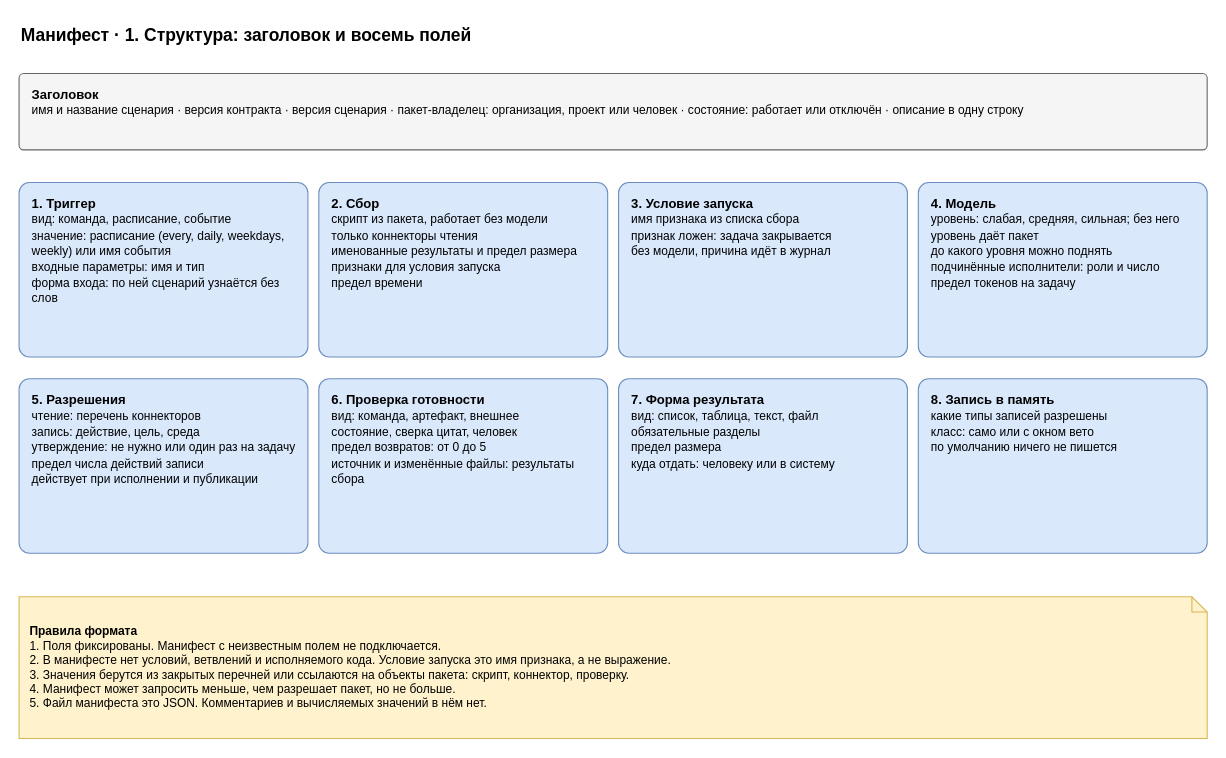
This is page "1. Структура" (1 of 7) of docs/spec/harness-manifest.drawio from roygkov/reins, a draw.io file, before an edit. Source tidied: cells renumbered, new cells numbered last; positions are measured from the earlier drawing's top-left corner, leaving out a move shared by most shapes. Both pictures are drawn from the tidied source at 109%, with x=0, y=0 at pixel (19, 19).
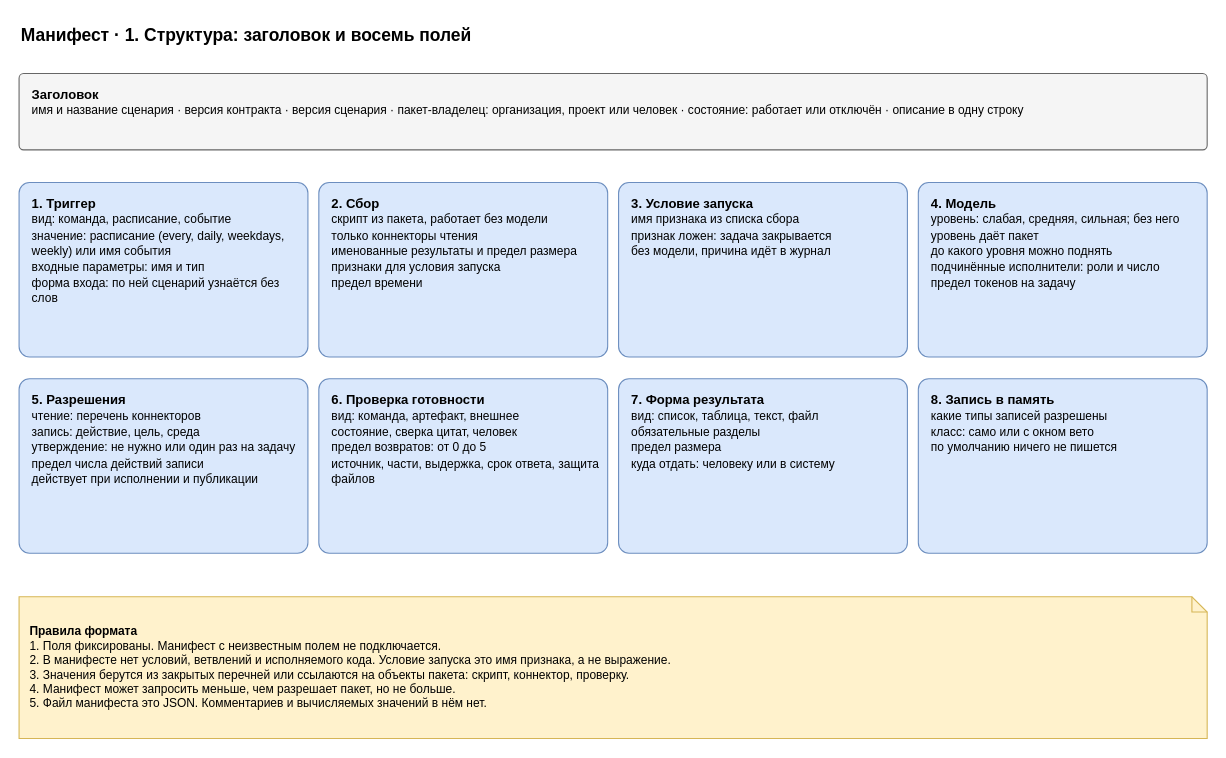
Above is the later version.

Diff of the diagram source:
```diff
@@
 <mxGraphModel>
   <root>
     <mxCell id="0" />
     <mxCell id="1" parent="0" />
     <mxCell id="2" value="Манифест · 1. Структура: заголовок и восемь полей" style="text;html=1;align=left;verticalAlign=middle;whiteSpace=wrap;fontSize=16;strokeColor=none;fillColor=none;fontStyle=1;" parent="1" vertex="1">
       <mxGeometry width="900" height="30" as="geometry" />
     </mxCell>
     <mxCell id="3" value="&lt;b&gt;Заголовок&lt;/b&gt;&lt;br&gt;&lt;font style=&quot;font-size:11px&quot;&gt;имя и название сценария · версия контракта · версия сценария · пакет-владелец: организация, проект или человек · состояние: работает или отключён · описание в одну строку&lt;/font&gt;" style="rounded=1;whiteSpace=wrap;html=1;fillColor=#f5f5f5;strokeColor=#666666;arcSize=6;align=left;verticalAlign=top;spacingLeft=10;spacingTop=6;spacingRight=6;" parent="1" vertex="1">
       <mxGeometry y="50" width="1090" height="70" as="geometry" />
     </mxCell>
     <mxCell id="4" value="&lt;b&gt;1. Триггер&lt;/b&gt;&lt;br&gt;&lt;font style=&quot;font-size:11px&quot;&gt;вид: команда, расписание, событие&lt;br&gt;значение: расписание (every, daily, weekdays, weekly) или имя события&lt;br&gt;входные параметры: имя и тип&lt;br&gt;форма входа: по ней сценарий узнаётся без слов&lt;/font&gt;" style="rounded=1;whiteSpace=wrap;html=1;fillColor=#dae8fc;strokeColor=#6c8ebf;arcSize=6;align=left;verticalAlign=top;spacingLeft=10;spacingTop=6;spacingRight=6;" parent="1" vertex="1">
       <mxGeometry y="150" width="265" height="160" as="geometry" />
     </mxCell>
     <mxCell id="5" value="&lt;b&gt;2. Сбор&lt;/b&gt;&lt;br&gt;&lt;font style=&quot;font-size:11px&quot;&gt;скрипт из пакета, работает без модели&lt;br&gt;только коннекторы чтения&lt;br&gt;именованные результаты и предел размера&lt;br&gt;признаки для условия запуска&lt;br&gt;предел времени&lt;/font&gt;" style="rounded=1;whiteSpace=wrap;html=1;fillColor=#dae8fc;strokeColor=#6c8ebf;arcSize=6;align=left;verticalAlign=top;spacingLeft=10;spacingTop=6;spacingRight=6;" parent="1" vertex="1">
       <mxGeometry x="275" y="150" width="265" height="160" as="geometry" />
     </mxCell>
     <mxCell id="6" value="&lt;b&gt;3. Условие запуска&lt;/b&gt;&lt;br&gt;&lt;font style=&quot;font-size:11px&quot;&gt;имя признака из списка сбора&lt;br&gt;признак ложен: задача закрывается&lt;br&gt;без модели, причина идёт в журнал&lt;/font&gt;" style="rounded=1;whiteSpace=wrap;html=1;fillColor=#dae8fc;strokeColor=#6c8ebf;arcSize=6;align=left;verticalAlign=top;spacingLeft=10;spacingTop=6;spacingRight=6;" parent="1" vertex="1">
       <mxGeometry x="550" y="150" width="265" height="160" as="geometry" />
     </mxCell>
     <mxCell id="7" value="&lt;b&gt;4. Модель&lt;/b&gt;&lt;br&gt;&lt;font style=&quot;font-size:11px&quot;&gt;уровень: слабая, средняя, сильная; без него уровень даёт пакет&lt;br&gt;до какого уровня можно поднять&lt;br&gt;подчинённые исполнители: роли и число&lt;br&gt;предел токенов на задачу&lt;/font&gt;" style="rounded=1;whiteSpace=wrap;html=1;fillColor=#dae8fc;strokeColor=#6c8ebf;arcSize=6;align=left;verticalAlign=top;spacingLeft=10;spacingTop=6;spacingRight=6;" parent="1" vertex="1">
       <mxGeometry x="825" y="150" width="265" height="160" as="geometry" />
     </mxCell>
     <mxCell id="8" value="&lt;b&gt;5. Разрешения&lt;/b&gt;&lt;br&gt;&lt;font style=&quot;font-size:11px&quot;&gt;чтение: перечень коннекторов&lt;br&gt;запись: действие, цель, среда&lt;br&gt;утверждение: не нужно или один раз на задачу&lt;br&gt;предел числа действий записи&lt;br&gt;действует при исполнении и публикации&lt;/font&gt;" style="rounded=1;whiteSpace=wrap;html=1;fillColor=#dae8fc;strokeColor=#6c8ebf;arcSize=6;align=left;verticalAlign=top;spacingLeft=10;spacingTop=6;spacingRight=6;" parent="1" vertex="1">
       <mxGeometry y="330" width="265" height="160" as="geometry" />
     </mxCell>
-    <mxCell id="9" value="&lt;b&gt;6. Проверка готовности&lt;/b&gt;&lt;br&gt;&lt;font style=&quot;font-size:11px&quot;&gt;вид: команда, артефакт, внешнее&lt;br&gt;состояние, сверка цитат, человек&lt;br&gt;предел возвратов: от 0 до 5&lt;br&gt;источник и изменённые файлы: результаты сбора&lt;/font&gt;" style="rounded=1;whiteSpace=wrap;html=1;fillColor=#dae8fc;strokeColor=#6c8ebf;arcSize=6;align=left;verticalAlign=top;spacingLeft=10;spacingTop=6;spacingRight=6;" parent="1" vertex="1">
+    <mxCell id="9" value="&lt;b&gt;6. Проверка готовности&lt;/b&gt;&lt;br&gt;&lt;font style=&quot;font-size:11px&quot;&gt;вид: команда, артефакт, внешнее&lt;br&gt;состояние, сверка цитат, человек&lt;br&gt;предел возвратов: от 0 до 5&lt;br&gt;источник, части, выдержка, срок ответа, защита файлов&lt;/font&gt;" style="rounded=1;whiteSpace=wrap;html=1;fillColor=#dae8fc;strokeColor=#6c8ebf;arcSize=6;align=left;verticalAlign=top;spacingLeft=10;spacingTop=6;spacingRight=6;" parent="1" vertex="1">
       <mxGeometry x="275" y="330" width="265" height="160" as="geometry" />
     </mxCell>
     <mxCell id="10" value="&lt;b&gt;7. Форма результата&lt;/b&gt;&lt;br&gt;&lt;font style=&quot;font-size:11px&quot;&gt;вид: список, таблица, текст, файл&lt;br&gt;обязательные разделы&lt;br&gt;предел размера&lt;br&gt;куда отдать: человеку или в систему&lt;/font&gt;" style="rounded=1;whiteSpace=wrap;html=1;fillColor=#dae8fc;strokeColor=#6c8ebf;arcSize=6;align=left;verticalAlign=top;spacingLeft=10;spacingTop=6;spacingRight=6;" parent="1" vertex="1">
       <mxGeometry x="550" y="330" width="265" height="160" as="geometry" />
     </mxCell>
     <mxCell id="11" value="&lt;b&gt;8. Запись в память&lt;/b&gt;&lt;br&gt;&lt;font style=&quot;font-size:11px&quot;&gt;какие типы записей разрешены&lt;br&gt;класс: само или с окном вето&lt;br&gt;по умолчанию ничего не пишется&lt;/font&gt;" style="rounded=1;whiteSpace=wrap;html=1;fillColor=#dae8fc;strokeColor=#6c8ebf;arcSize=6;align=left;verticalAlign=top;spacingLeft=10;spacingTop=6;spacingRight=6;" parent="1" vertex="1">
       <mxGeometry x="825" y="330" width="265" height="160" as="geometry" />
     </mxCell>
     <mxCell id="12" value="&lt;b&gt;Правила формата&lt;/b&gt;&lt;br&gt;1. Поля фиксированы. Манифест с неизвестным полем не подключается.&lt;br&gt;2. В манифесте нет условий, ветвлений и исполняемого кода. Условие запуска это имя признака, а не выражение.&lt;br&gt;3. Значения берутся из закрытых перечней или ссылаются на объекты пакета: скрипт, коннектор, проверку.&lt;br&gt;4. Манифест может запросить меньше, чем разрешает пакет, но не больше.&lt;br&gt;5. Файл манифеста это JSON. Комментариев и вычисляемых значений в нём нет." style="shape=note;whiteSpace=wrap;html=1;backgroundOutline=1;size=14;fillColor=#fff2cc;strokeColor=#d6b656;align=left;spacingLeft=8;spacingRight=8;fontSize=11;" parent="1" vertex="1">
       <mxGeometry y="530" width="1090" height="130" as="geometry" />
     </mxCell>
   </root>
 </mxGraphModel>
```
